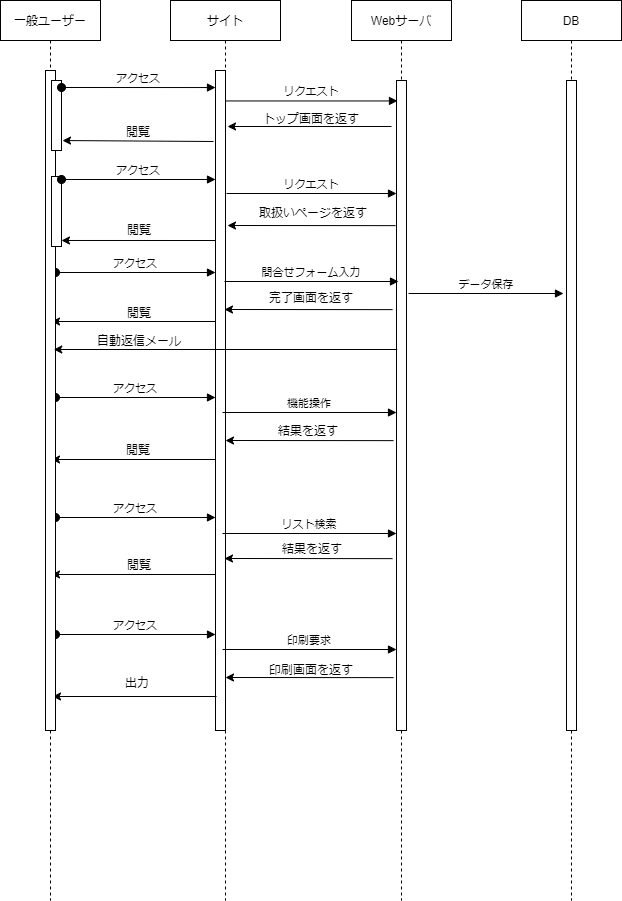
The draw.io diagram シーケンス図.drawio.png in buyodo/webgis-dev-doc, before a commit. Source tidied: cells renumbered, new cells last; positions are measured from the earlier drawing's top-left corner, leaving out a move shared by most shapes.
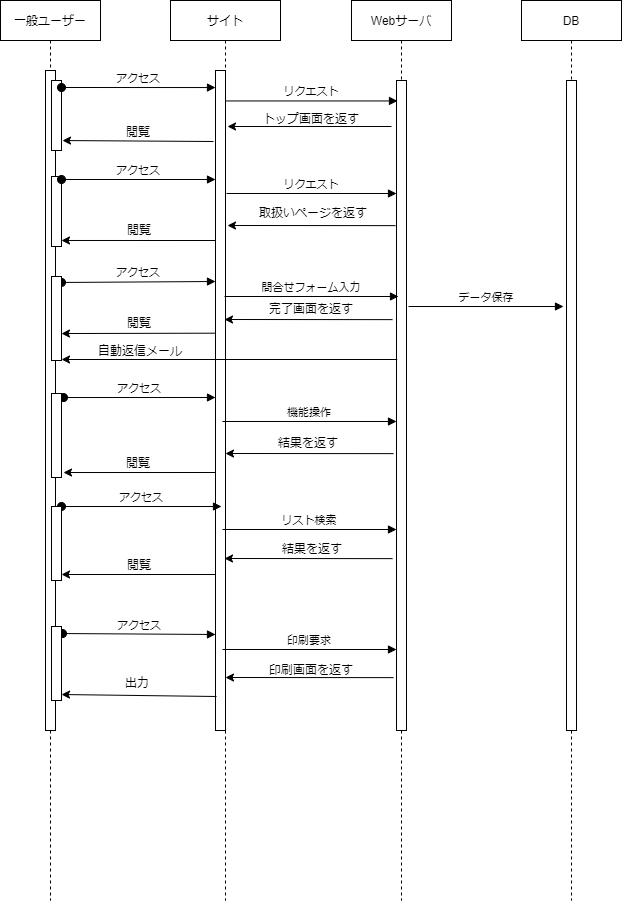
After the commit.

Commit message:
シーケンス図.drawio.png を更新します

The edit, as a diff of the source:
```diff
@@ -8,58 +8,47 @@
     <mxCell id="3" style="points=[];perimeter=orthogonalPerimeter;rounded=0;shadow=0;strokeWidth=1;" parent="2" vertex="1">
       <mxGeometry x="45" y="70" width="10" height="660" as="geometry" />
     </mxCell>
-    <mxCell id="4" value="アクセス" style="verticalAlign=bottom;startArrow=oval;endArrow=block;startSize=8;shadow=0;strokeWidth=1;exitX=1;exitY=0.036;exitDx=0;exitDy=0;exitPerimeter=0;" parent="2" edge="1">
+    <mxCell id="4" value="アクセス" style="verticalAlign=bottom;startArrow=oval;endArrow=block;startSize=8;shadow=0;strokeWidth=1;exitX=1;exitY=0.071;exitDx=0;exitDy=0;exitPerimeter=0;" parent="2" edge="1" source="52">
       <mxGeometry relative="1" as="geometry">
-        <mxPoint x="-115" y="272" as="sourcePoint" />
-        <mxPoint x="45" y="272" as="targetPoint" />
+        <mxPoint x="45" y="281" as="targetPoint" />
       </mxGeometry>
     </mxCell>
-    <mxCell id="5" style="endArrow=classic;html=1;rounded=0;" parent="2" edge="1">
-      <mxGeometry relative="1" as="geometry">
-        <mxPoint x="45" y="321" as="sourcePoint" />
-        <mxPoint x="-119" y="321" as="targetPoint" />
-      </mxGeometry>
-    </mxCell>
     <mxCell id="6" style="endArrow=classic;html=1;rounded=0;" parent="2" edge="1">
       <mxGeometry relative="1" as="geometry">
         <mxPoint x="221" y="126" as="sourcePoint" />
         <mxPoint x="57" y="126" as="targetPoint" />
       </mxGeometry>
     </mxCell>
-    <mxCell id="7" value="アクセス" style="verticalAlign=bottom;startArrow=oval;endArrow=block;startSize=8;shadow=0;strokeWidth=1;exitX=1;exitY=0.036;exitDx=0;exitDy=0;exitPerimeter=0;" parent="2" edge="1">
+    <mxCell id="7" value="アクセス" style="verticalAlign=bottom;startArrow=oval;endArrow=block;startSize=8;shadow=0;strokeWidth=1;exitX=1.2;exitY=0.048;exitDx=0;exitDy=0;exitPerimeter=0;" parent="2" edge="1" source="53">
       <mxGeometry relative="1" as="geometry">
-        <mxPoint x="-115" y="397" as="sourcePoint" />
         <mxPoint x="45" y="397" as="targetPoint" />
       </mxGeometry>
     </mxCell>
-    <mxCell id="8" style="endArrow=classic;html=1;rounded=0;" parent="2" edge="1">
+    <mxCell id="8" style="endArrow=classic;html=1;rounded=0;entryX=1.2;entryY=0.786;entryDx=0;entryDy=0;entryPerimeter=0;" parent="2" edge="1">
       <mxGeometry relative="1" as="geometry">
-        <mxPoint x="45" y="459" as="sourcePoint" />
-        <mxPoint x="-119" y="459" as="targetPoint" />
+        <mxPoint x="45" y="472" as="sourcePoint" />
+        <mxPoint x="-107" y="472" as="targetPoint" />
       </mxGeometry>
     </mxCell>
-    <mxCell id="9" value="アクセス" style="verticalAlign=bottom;startArrow=oval;endArrow=block;startSize=8;shadow=0;strokeWidth=1;exitX=1;exitY=0.036;exitDx=0;exitDy=0;exitPerimeter=0;" parent="2" edge="1">
+    <mxCell id="9" value="アクセス" style="verticalAlign=bottom;startArrow=oval;endArrow=block;startSize=8;shadow=0;strokeWidth=1;exitX=1;exitY=0;exitDx=0;exitDy=0;exitPerimeter=0;" parent="2" edge="1" source="54">
       <mxGeometry relative="1" as="geometry">
-        <mxPoint x="-115" y="517" as="sourcePoint" />
-        <mxPoint x="45" y="517" as="targetPoint" />
+        <mxPoint x="51" y="506" as="targetPoint" />
       </mxGeometry>
     </mxCell>
     <mxCell id="10" style="endArrow=classic;html=1;rounded=0;" parent="2" edge="1">
       <mxGeometry relative="1" as="geometry">
         <mxPoint x="45" y="574" as="sourcePoint" />
-        <mxPoint x="-119" y="574" as="targetPoint" />
+        <mxPoint x="-109" y="574" as="targetPoint" />
       </mxGeometry>
     </mxCell>
-    <mxCell id="11" value="アクセス" style="verticalAlign=bottom;startArrow=oval;endArrow=block;startSize=8;shadow=0;strokeWidth=1;exitX=1;exitY=0.036;exitDx=0;exitDy=0;exitPerimeter=0;" parent="2" edge="1">
+    <mxCell id="11" value="アクセス" style="verticalAlign=bottom;startArrow=oval;endArrow=block;startSize=8;shadow=0;strokeWidth=1;exitX=1.1;exitY=0.095;exitDx=0;exitDy=0;exitPerimeter=0;" parent="2" edge="1" source="55">
       <mxGeometry relative="1" as="geometry">
-        <mxPoint x="-115" y="634" as="sourcePoint" />
         <mxPoint x="45" y="634" as="targetPoint" />
       </mxGeometry>
     </mxCell>
-    <mxCell id="12" style="endArrow=classic;html=1;rounded=0;" parent="2" edge="1">
+    <mxCell id="12" style="endArrow=classic;html=1;rounded=0;entryX=1;entryY=0.919;entryDx=0;entryDy=0;entryPerimeter=0;" parent="2" edge="1" target="55">
       <mxGeometry relative="1" as="geometry">
         <mxPoint x="46" y="696" as="sourcePoint" />
-        <mxPoint x="-118" y="696" as="targetPoint" />
       </mxGeometry>
     </mxCell>
     <mxCell id="13" style="endArrow=classic;html=1;rounded=0;entryX=1.3;entryY=0.813;entryDx=0;entryDy=0;entryPerimeter=0;" parent="2" edge="1">
@@ -82,14 +71,14 @@
     </mxCell>
     <mxCell id="17" value="機能操作" style="verticalAlign=bottom;endArrow=block;shadow=0;strokeWidth=1;" parent="15" edge="1">
       <mxGeometry relative="1" as="geometry">
-        <mxPoint x="-129" y="412" as="sourcePoint" />
-        <mxPoint x="45" y="412" as="targetPoint" />
+        <mxPoint x="-129" y="421" as="sourcePoint" />
+        <mxPoint x="45" y="421" as="targetPoint" />
       </mxGeometry>
     </mxCell>
     <mxCell id="18" style="endArrow=classic;html=1;rounded=0;" parent="15" edge="1">
       <mxGeometry relative="1" as="geometry">
-        <mxPoint x="42" y="440.1" as="sourcePoint" />
-        <mxPoint x="-126" y="440" as="targetPoint" />
+        <mxPoint x="42" y="453.1" as="sourcePoint" />
+        <mxPoint x="-126" y="453" as="targetPoint" />
       </mxGeometry>
     </mxCell>
     <mxCell id="19" value="印刷要求" style="verticalAlign=bottom;endArrow=block;shadow=0;strokeWidth=1;" parent="15" edge="1">
@@ -106,8 +95,8 @@
     </mxCell>
     <mxCell id="21" style="endArrow=classic;html=1;rounded=0;" parent="15" edge="1">
       <mxGeometry relative="1" as="geometry">
-        <mxPoint x="41" y="309.1" as="sourcePoint" />
-        <mxPoint x="-127" y="309" as="targetPoint" />
+        <mxPoint x="41" y="319.1" as="sourcePoint" />
+        <mxPoint x="-127" y="319" as="targetPoint" />
       </mxGeometry>
     </mxCell>
     <mxCell id="22" style="endArrow=classic;html=1;rounded=0;" parent="15" edge="1">
@@ -118,8 +107,8 @@
     </mxCell>
     <mxCell id="23" value="リスト検索" style="verticalAlign=bottom;endArrow=block;shadow=0;strokeWidth=1;" parent="15" edge="1">
       <mxGeometry relative="1" as="geometry">
-        <mxPoint x="-129" y="533" as="sourcePoint" />
-        <mxPoint x="45" y="533" as="targetPoint" />
+        <mxPoint x="-129" y="529" as="sourcePoint" />
+        <mxPoint x="45" y="529" as="targetPoint" />
       </mxGeometry>
     </mxCell>
     <mxCell id="24" style="endArrow=classic;html=1;rounded=0;" parent="15" edge="1">
@@ -145,6 +134,18 @@
     <mxCell id="29" style="points=[];perimeter=orthogonalPerimeter;rounded=0;shadow=0;strokeWidth=1;" parent="25" vertex="1">
       <mxGeometry x="51" y="176" width="10" height="70" as="geometry" />
     </mxCell>
+    <mxCell id="52" style="points=[];perimeter=orthogonalPerimeter;rounded=0;shadow=0;strokeWidth=1;" parent="25" vertex="1">
+      <mxGeometry x="51" y="276" width="10" height="84" as="geometry" />
+    </mxCell>
+    <mxCell id="53" style="points=[];perimeter=orthogonalPerimeter;rounded=0;shadow=0;strokeWidth=1;" parent="25" vertex="1">
+      <mxGeometry x="51" y="393" width="10" height="84" as="geometry" />
+    </mxCell>
+    <mxCell id="54" style="points=[];perimeter=orthogonalPerimeter;rounded=0;shadow=0;strokeWidth=1;" parent="25" vertex="1">
+      <mxGeometry x="51" y="506" width="10" height="74" as="geometry" />
+    </mxCell>
+    <mxCell id="55" style="points=[];perimeter=orthogonalPerimeter;rounded=0;shadow=0;strokeWidth=1;" parent="25" vertex="1">
+      <mxGeometry x="51" y="626" width="10" height="74" as="geometry" />
+    </mxCell>
     <mxCell id="30" value="トップ画面を返す" style="text;html=1;strokeColor=none;fillColor=none;align=center;verticalAlign=middle;whiteSpace=wrap;rounded=0;" parent="1" vertex="1">
       <mxGeometry x="251" y="104" width="120" height="30" as="geometry" />
     </mxCell>
@@ -165,12 +166,12 @@
     </mxCell>
     <mxCell id="35" value="問合せフォーム入力" style="verticalAlign=bottom;endArrow=block;shadow=0;strokeWidth=1;" parent="1" edge="1">
       <mxGeometry relative="1" as="geometry">
-        <mxPoint x="224" y="281" as="sourcePoint" />
-        <mxPoint x="398" y="281" as="targetPoint" />
+        <mxPoint x="224" y="296" as="sourcePoint" />
+        <mxPoint x="398" y="296" as="targetPoint" />
       </mxGeometry>
     </mxCell>
     <mxCell id="36" value="完了画面を返す" style="text;html=1;strokeColor=none;fillColor=none;align=center;verticalAlign=middle;whiteSpace=wrap;rounded=0;" parent="1" vertex="1">
-      <mxGeometry x="250" y="283" width="122" height="30.5" as="geometry" />
+      <mxGeometry x="250" y="294" width="122" height="30.5" as="geometry" />
     </mxCell>
     <mxCell id="37" value="結果を返す" style="text;html=1;strokeColor=none;fillColor=none;align=center;verticalAlign=middle;whiteSpace=wrap;rounded=0;" parent="1" vertex="1">
       <mxGeometry x="251" y="534" width="122" height="30.5" as="geometry" />
@@ -193,28 +194,28 @@
       </mxGeometry>
     </mxCell>
     <mxCell id="42" value="閲覧" style="text;html=1;strokeColor=none;fillColor=none;align=center;verticalAlign=middle;whiteSpace=wrap;rounded=0;" parent="1" vertex="1">
-      <mxGeometry x="79" y="298" width="120" height="30" as="geometry" />
+      <mxGeometry x="79" y="308" width="120" height="30" as="geometry" />
     </mxCell>
     <mxCell id="43" value="結果を返す" style="text;html=1;strokeColor=none;fillColor=none;align=center;verticalAlign=middle;whiteSpace=wrap;rounded=0;" parent="1" vertex="1">
-      <mxGeometry x="247" y="416" width="122" height="30.5" as="geometry" />
+      <mxGeometry x="247" y="428" width="122" height="30.5" as="geometry" />
     </mxCell>
     <mxCell id="44" style="endArrow=classic;html=1;rounded=0;" parent="1" edge="1">
       <mxGeometry relative="1" as="geometry">
-        <mxPoint x="396.8" y="349" as="sourcePoint" />
-        <mxPoint x="53.2" y="349" as="targetPoint" />
+        <mxPoint x="396.8" y="359" as="sourcePoint" />
+        <mxPoint x="61" y="359" as="targetPoint" />
       </mxGeometry>
     </mxCell>
     <mxCell id="45" value="自動返信メール" style="text;html=1;strokeColor=none;fillColor=none;align=center;verticalAlign=middle;whiteSpace=wrap;rounded=0;" parent="1" vertex="1">
-      <mxGeometry x="79" y="326" width="120" height="30" as="geometry" />
+      <mxGeometry x="80" y="336" width="120" height="30" as="geometry" />
     </mxCell>
     <mxCell id="46" value="データ保存" style="verticalAlign=bottom;endArrow=block;shadow=0;strokeWidth=1;" parent="1" edge="1">
       <mxGeometry relative="1" as="geometry">
-        <mxPoint x="408" y="293" as="sourcePoint" />
-        <mxPoint x="563" y="293" as="targetPoint" />
+        <mxPoint x="408" y="306" as="sourcePoint" />
+        <mxPoint x="563" y="306" as="targetPoint" />
       </mxGeometry>
     </mxCell>
     <mxCell id="47" value="閲覧" style="text;html=1;strokeColor=none;fillColor=none;align=center;verticalAlign=middle;whiteSpace=wrap;rounded=0;" parent="1" vertex="1">
-      <mxGeometry x="78" y="435" width="120" height="30" as="geometry" />
+      <mxGeometry x="78" y="448" width="120" height="30" as="geometry" />
     </mxCell>
     <mxCell id="48" value="閲覧" style="text;html=1;strokeColor=none;fillColor=none;align=center;verticalAlign=middle;whiteSpace=wrap;rounded=0;" parent="1" vertex="1">
       <mxGeometry x="79" y="550" width="120" height="30" as="geometry" />
@@ -231,5 +232,8 @@
         <mxPoint x="396" y="193" as="targetPoint" />
       </mxGeometry>
     </mxCell>
+    <mxCell id="5" style="endArrow=classic;html=1;rounded=0;exitX=0;exitY=0.398;exitDx=0;exitDy=0;exitPerimeter=0;entryX=1;entryY=0.679;entryDx=0;entryDy=0;entryPerimeter=0;" parent="1" edge="1" source="3" target="52">
+      <mxGeometry relative="1" as="geometry" />
+    </mxCell>
   </root>
 </mxGraphModel>
```
